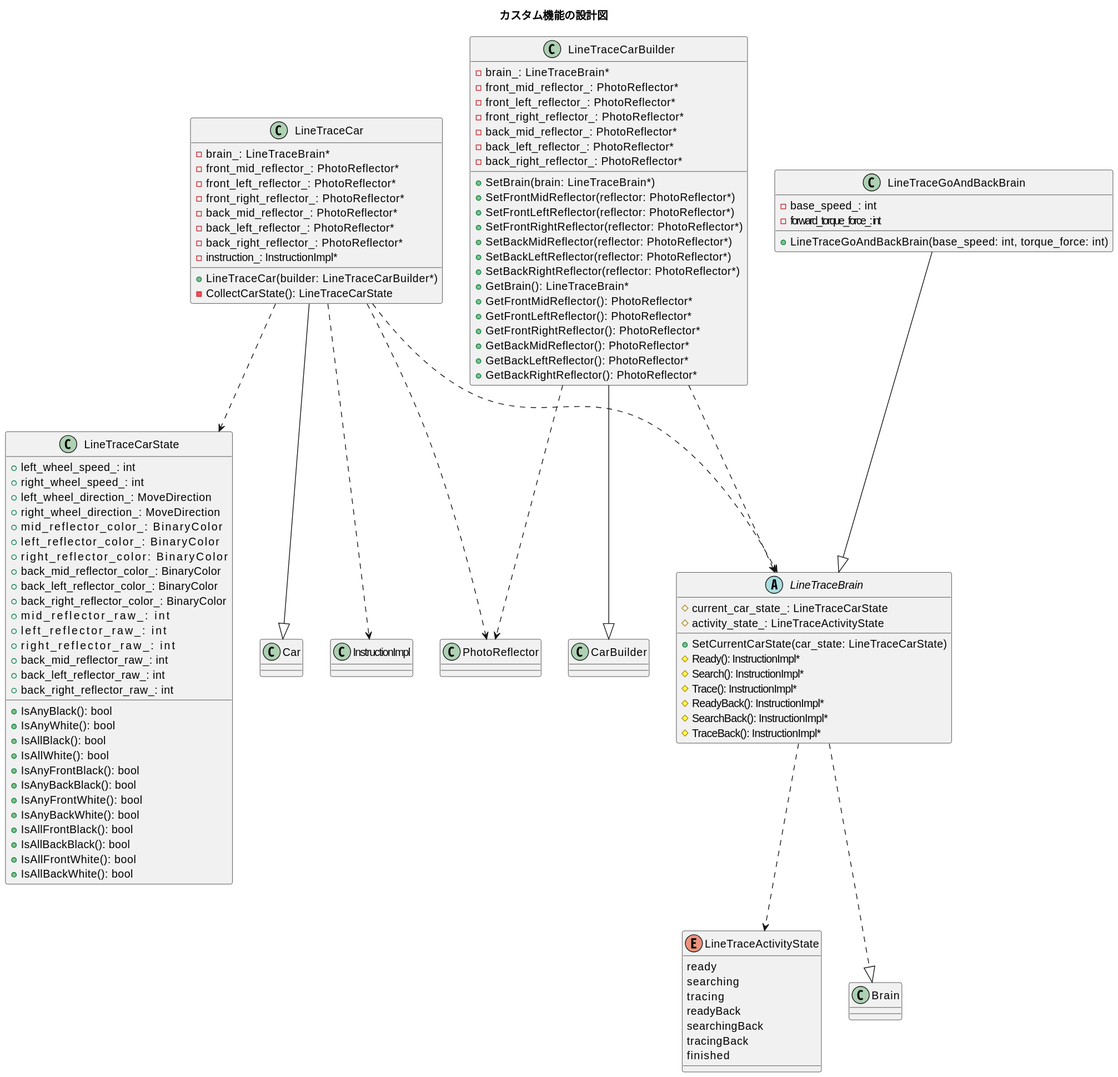
Earlier version of the PlantUML export uml/img/custom.svg (kitakkun/ArduinoCar).
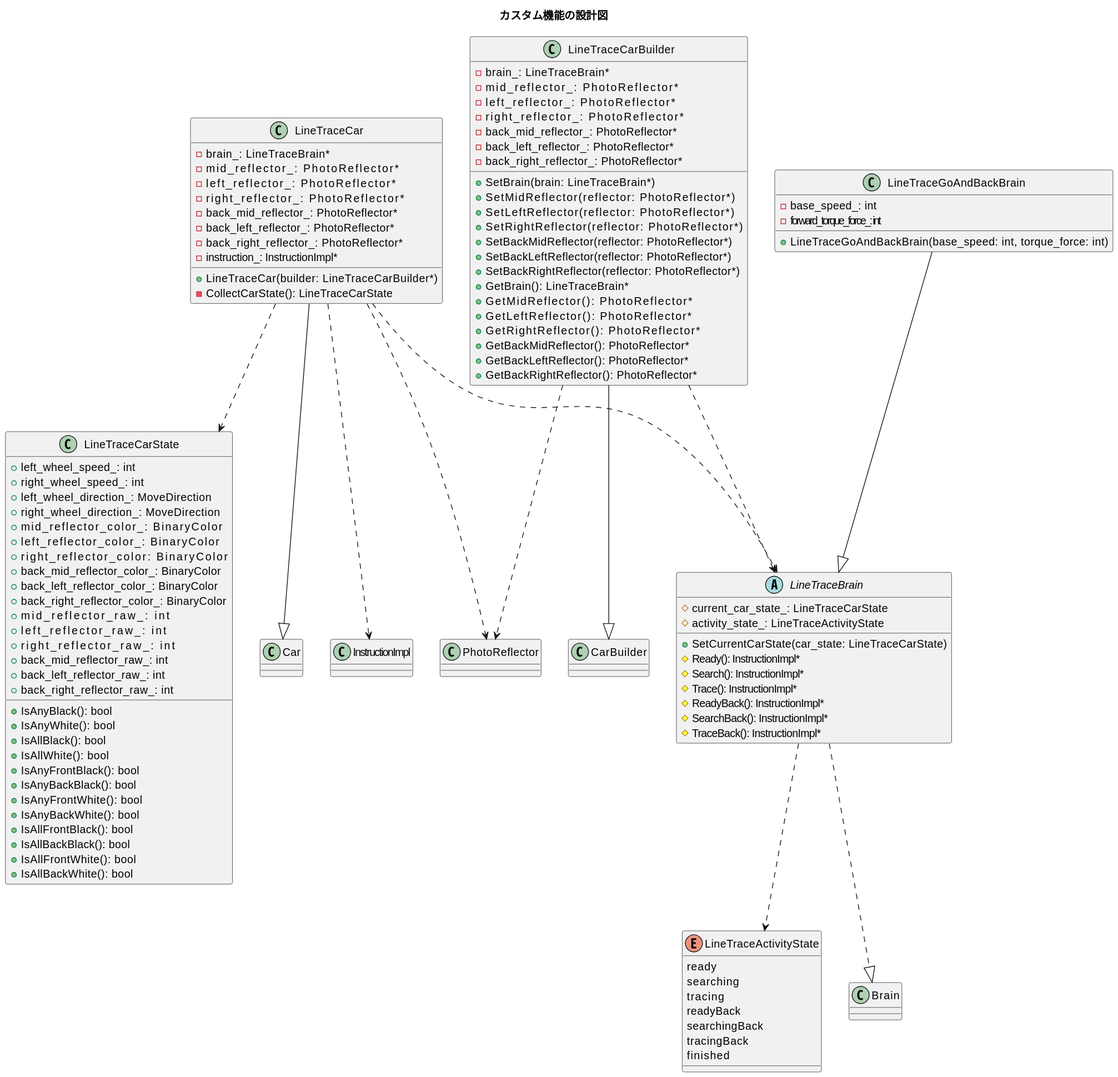
Above is the later version.

The edit, as a diff of the source:
```diff
@@ -4,9 +4,9 @@
 
 class LineTraceCarBuilder {
 - brain_: LineTraceBrain*
-- front_mid_reflector_: PhotoReflector*
-- front_left_reflector_: PhotoReflector*
-- front_right_reflector_: PhotoReflector*
+- mid_reflector_: PhotoReflector*
+- left_reflector_: PhotoReflector*
+- right_reflector_: PhotoReflector*
 - back_mid_reflector_: PhotoReflector*
 - back_left_reflector_: PhotoReflector*
 - back_right_reflector_: PhotoReflector*
@@ -28,9 +28,9 @@
 
 class LineTraceCar {
 - brain_: LineTraceBrain*
-- front_mid_reflector_: PhotoReflector*
-- front_left_reflector_: PhotoReflector*
-- front_right_reflector_: PhotoReflector*
+- mid_reflector_: PhotoReflector*
+- left_reflector_: PhotoReflector*
+- right_reflector_: PhotoReflector*
 - back_mid_reflector_: PhotoReflector*
 - back_left_reflector_: PhotoReflector*
 - back_right_reflector_: PhotoReflector*
```
